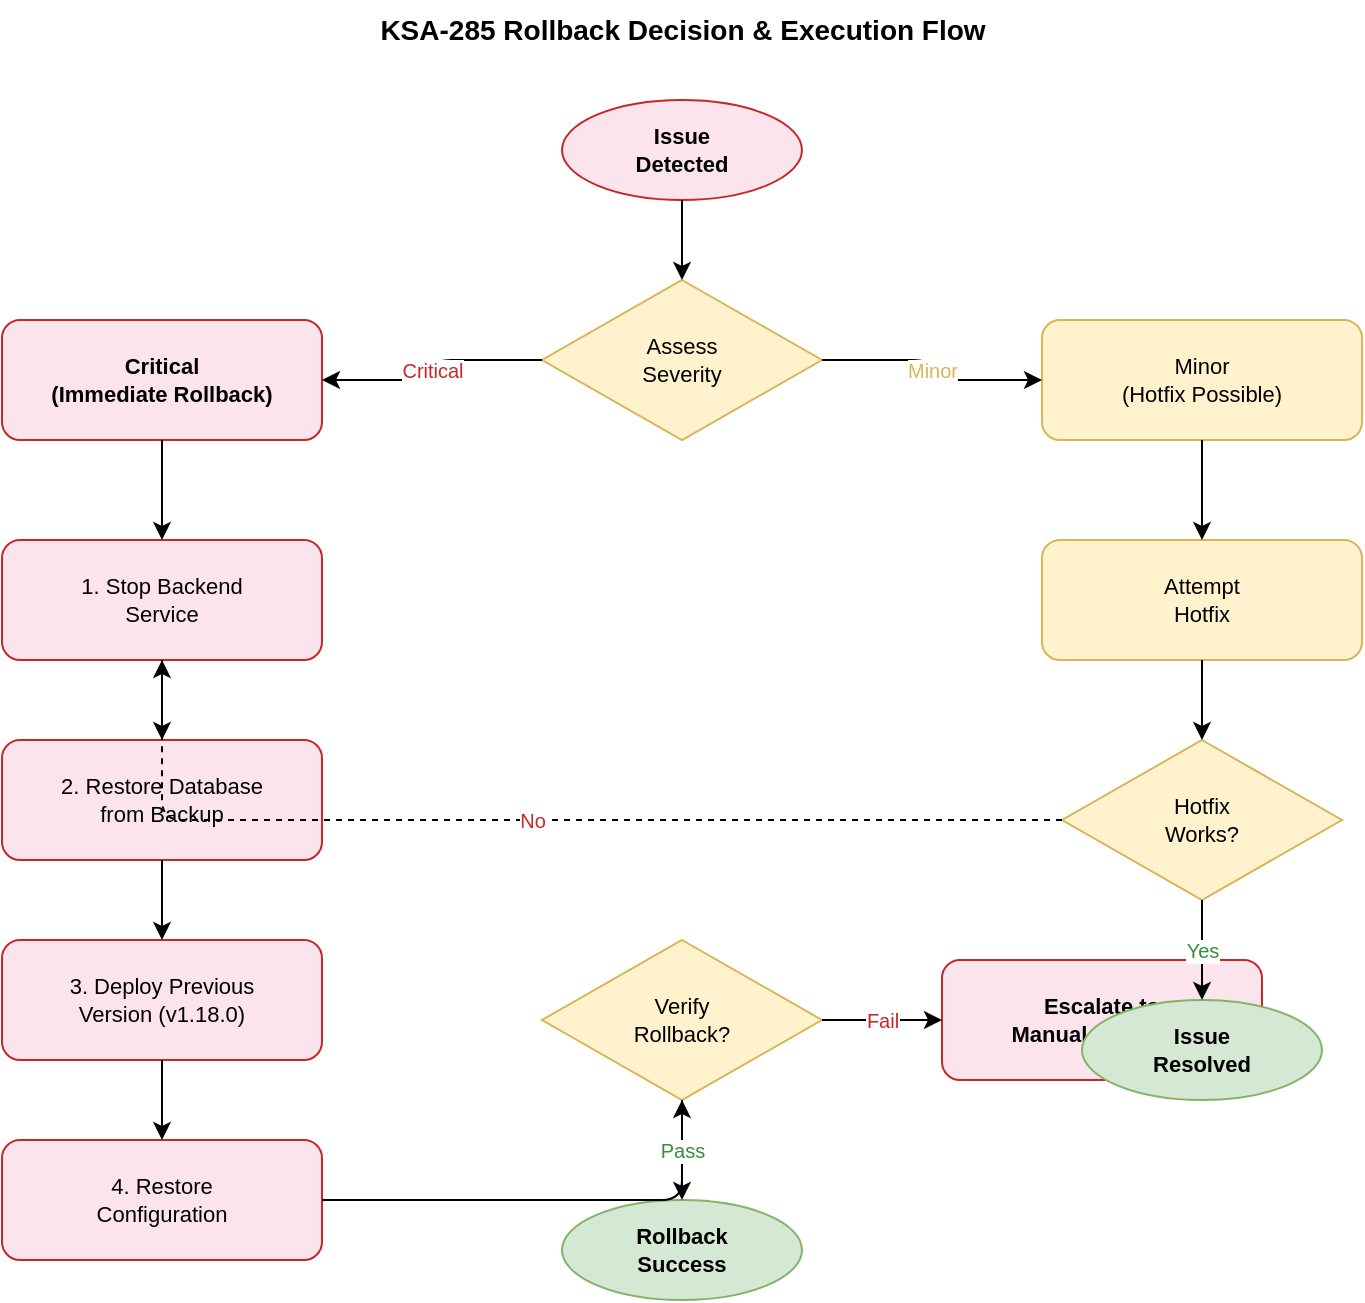
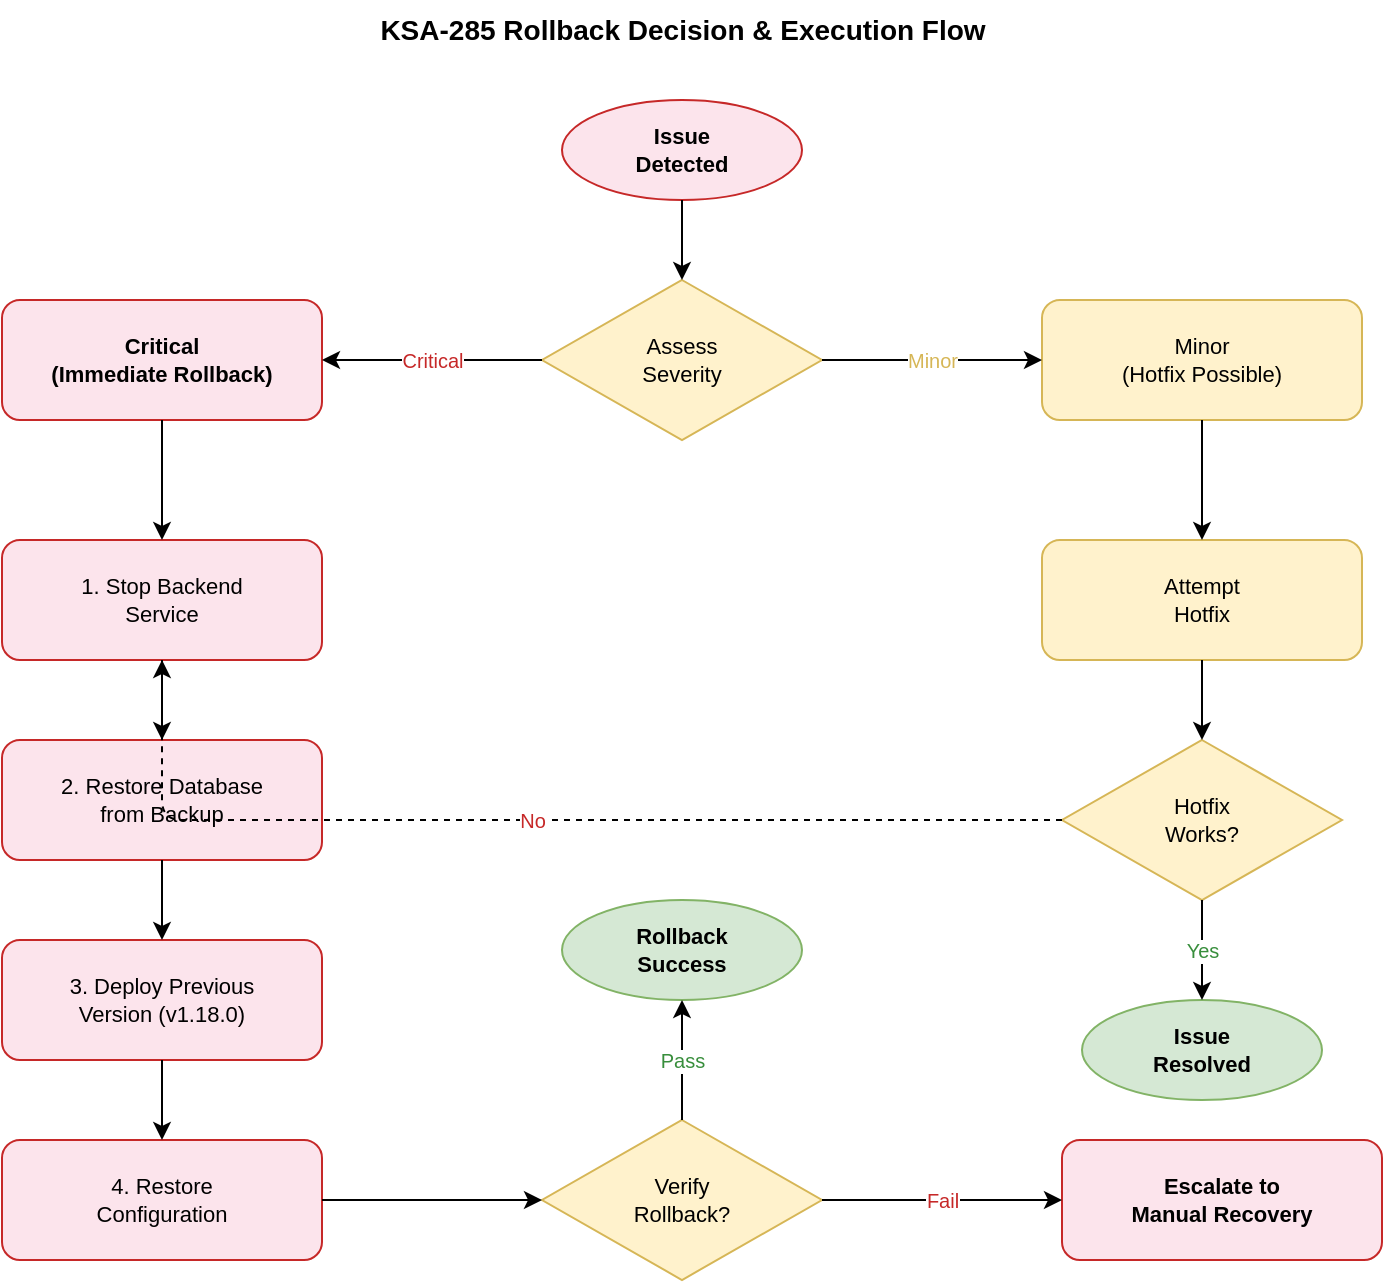
- <mxGraphModel adaptiveColors="auto">
-   <root>
-     <mxCell id="0"/>
-     <mxCell id="1" parent="0"/>
-     <mxCell id="title" value="&lt;b&gt;KSA-285 Rollback Decision &amp;amp; Execution Flow&lt;/b&gt;" style="text;html=1;align=center;verticalAlign=middle;resizable=0;points=[];autosize=1;strokeColor=none;fillColor=none;fontSize=14;" vertex="1" parent="1">
-       <mxGeometry x="180" y="10" width="440" height="30" as="geometry"/>
-     </mxCell>
-     <mxCell id="issue_detected" value="Issue&#10;Detected" style="ellipse;whiteSpace=wrap;html=1;fillColor=#fce4ec;strokeColor=#c62828;fontSize=11;fontStyle=1;" vertex="1" parent="1">
-       <mxGeometry x="340" y="60" width="120" height="50" as="geometry"/>
-     </mxCell>
-     <mxCell id="assess_severity" value="Assess&#10;Severity" style="rhombus;whiteSpace=wrap;html=1;fillColor=#fff2cc;strokeColor=#d6b656;fontSize=11;" vertex="1" parent="1">
-       <mxGeometry x="330" y="150" width="140" height="80" as="geometry"/>
-     </mxCell>
-     <mxCell id="critical_path" value="Critical&#10;(Immediate Rollback)" style="rounded=1;whiteSpace=wrap;html=1;fillColor=#fce4ec;strokeColor=#c62828;fontSize=11;fontStyle=1;" vertex="1" parent="1">
-       <mxGeometry x="60" y="170" width="160" height="60" as="geometry"/>
-     </mxCell>
-     <mxCell id="minor_path" value="Minor&#10;(Hotfix Possible)" style="rounded=1;whiteSpace=wrap;html=1;fillColor=#fff2cc;strokeColor=#d6b656;fontSize=11;" vertex="1" parent="1">
-       <mxGeometry x="580" y="170" width="160" height="60" as="geometry"/>
-     </mxCell>
-     <mxCell id="stop_service" value="1. Stop Backend&#10;Service" style="rounded=1;whiteSpace=wrap;html=1;fillColor=#fce4ec;strokeColor=#c62828;fontSize=11;" vertex="1" parent="1">
-       <mxGeometry x="60" y="280" width="160" height="60" as="geometry"/>
-     </mxCell>
-     <mxCell id="rollback_db" value="2. Restore Database&#10;from Backup" style="rounded=1;whiteSpace=wrap;html=1;fillColor=#fce4ec;strokeColor=#c62828;fontSize=11;" vertex="1" parent="1">
-       <mxGeometry x="60" y="380" width="160" height="60" as="geometry"/>
-     </mxCell>
-     <mxCell id="deploy_prev" value="3. Deploy Previous&#10;Version (v1.18.0)" style="rounded=1;whiteSpace=wrap;html=1;fillColor=#fce4ec;strokeColor=#c62828;fontSize=11;" vertex="1" parent="1">
-       <mxGeometry x="60" y="480" width="160" height="60" as="geometry"/>
-     </mxCell>
-     <mxCell id="restore_config" value="4. Restore&#10;Configuration" style="rounded=1;whiteSpace=wrap;html=1;fillColor=#fce4ec;strokeColor=#c62828;fontSize=11;" vertex="1" parent="1">
-       <mxGeometry x="60" y="580" width="160" height="60" as="geometry"/>
-     </mxCell>
-     <mxCell id="verify_rollback" value="Verify&#10;Rollback?" style="rhombus;whiteSpace=wrap;html=1;fillColor=#fff2cc;strokeColor=#d6b656;fontSize=11;" vertex="1" parent="1">
-       <mxGeometry x="330" y="480" width="140" height="80" as="geometry"/>
-     </mxCell>
-     <mxCell id="rollback_success" value="Rollback&#10;Success" style="ellipse;whiteSpace=wrap;html=1;fillColor=#d5e8d4;strokeColor=#82b366;fontSize=11;fontStyle=1;" vertex="1" parent="1">
-       <mxGeometry x="340" y="610" width="120" height="50" as="geometry"/>
-     </mxCell>
-     <mxCell id="rollback_fail" value="Escalate to&#10;Manual Recovery" style="rounded=1;whiteSpace=wrap;html=1;fillColor=#fce4ec;strokeColor=#c62828;fontSize=11;fontStyle=1;" vertex="1" parent="1">
-       <mxGeometry x="530" y="490" width="160" height="60" as="geometry"/>
-     </mxCell>
-     <mxCell id="attempt_hotfix" value="Attempt&#10;Hotfix" style="rounded=1;whiteSpace=wrap;html=1;fillColor=#fff2cc;strokeColor=#d6b656;fontSize=11;" vertex="1" parent="1">
-       <mxGeometry x="580" y="280" width="160" height="60" as="geometry"/>
-     </mxCell>
-     <mxCell id="hotfix_works" value="Hotfix&#10;Works?" style="rhombus;whiteSpace=wrap;html=1;fillColor=#fff2cc;strokeColor=#d6b656;fontSize=11;" vertex="1" parent="1">
-       <mxGeometry x="590" y="380" width="140" height="80" as="geometry"/>
-     </mxCell>
-     <mxCell id="hotfix_success" value="Issue&#10;Resolved" style="ellipse;whiteSpace=wrap;html=1;fillColor=#d5e8d4;strokeColor=#82b366;fontSize=11;fontStyle=1;" vertex="1" parent="1">
-       <mxGeometry x="600" y="510" width="120" height="50" as="geometry"/>
-     </mxCell>
-     <mxCell id="e1" edge="1" parent="1" source="issue_detected" target="assess_severity" style="edgeStyle=orthogonalEdgeStyle;rounded=1;html=1;endArrow=classic;endSize=6;">
-       <mxGeometry relative="1" as="geometry"/>
-     </mxCell>
-     <mxCell id="e2" value="Critical" edge="1" parent="1" source="assess_severity" target="critical_path" style="edgeStyle=orthogonalEdgeStyle;rounded=1;html=1;endArrow=classic;endSize=6;fontSize=10;fontColor=#c62828;">
-       <mxGeometry relative="1" as="geometry"/>
-     </mxCell>
-     <mxCell id="e3" value="Minor" edge="1" parent="1" source="assess_severity" target="minor_path" style="edgeStyle=orthogonalEdgeStyle;rounded=1;html=1;endArrow=classic;endSize=6;fontSize=10;fontColor=#d6b656;">
-       <mxGeometry relative="1" as="geometry"/>
-     </mxCell>
-     <mxCell id="e4" edge="1" parent="1" source="critical_path" target="stop_service" style="edgeStyle=orthogonalEdgeStyle;rounded=1;html=1;endArrow=classic;endSize=6;">
-       <mxGeometry relative="1" as="geometry"/>
-     </mxCell>
-     <mxCell id="e5" edge="1" parent="1" source="stop_service" target="rollback_db" style="edgeStyle=orthogonalEdgeStyle;rounded=1;html=1;endArrow=classic;endSize=6;">
-       <mxGeometry relative="1" as="geometry"/>
-     </mxCell>
-     <mxCell id="e6" edge="1" parent="1" source="rollback_db" target="deploy_prev" style="edgeStyle=orthogonalEdgeStyle;rounded=1;html=1;endArrow=classic;endSize=6;">
-       <mxGeometry relative="1" as="geometry"/>
-     </mxCell>
-     <mxCell id="e7" edge="1" parent="1" source="deploy_prev" target="restore_config" style="edgeStyle=orthogonalEdgeStyle;rounded=1;html=1;endArrow=classic;endSize=6;">
-       <mxGeometry relative="1" as="geometry"/>
-     </mxCell>
-     <mxCell id="e8" edge="1" parent="1" source="restore_config" target="verify_rollback" style="edgeStyle=orthogonalEdgeStyle;rounded=1;html=1;endArrow=classic;endSize=6;">
-       <mxGeometry relative="1" as="geometry"/>
-     </mxCell>
-     <mxCell id="e9" value="Pass" edge="1" parent="1" source="verify_rollback" target="rollback_success" style="edgeStyle=orthogonalEdgeStyle;rounded=1;html=1;endArrow=classic;endSize=6;fontSize=10;fontColor=#388e3c;">
-       <mxGeometry relative="1" as="geometry"/>
-     </mxCell>
-     <mxCell id="e10" value="Fail" edge="1" parent="1" source="verify_rollback" target="rollback_fail" style="edgeStyle=orthogonalEdgeStyle;rounded=1;html=1;endArrow=classic;endSize=6;fontSize=10;fontColor=#c62828;">
-       <mxGeometry relative="1" as="geometry"/>
-     </mxCell>
-     <mxCell id="e11" edge="1" parent="1" source="minor_path" target="attempt_hotfix" style="edgeStyle=orthogonalEdgeStyle;rounded=1;html=1;endArrow=classic;endSize=6;">
-       <mxGeometry relative="1" as="geometry"/>
-     </mxCell>
-     <mxCell id="e12" edge="1" parent="1" source="attempt_hotfix" target="hotfix_works" style="edgeStyle=orthogonalEdgeStyle;rounded=1;html=1;endArrow=classic;endSize=6;">
-       <mxGeometry relative="1" as="geometry"/>
-     </mxCell>
-     <mxCell id="e13" value="Yes" edge="1" parent="1" source="hotfix_works" target="hotfix_success" style="edgeStyle=orthogonalEdgeStyle;rounded=1;html=1;endArrow=classic;endSize=6;fontSize=10;fontColor=#388e3c;">
-       <mxGeometry relative="1" as="geometry"/>
-     </mxCell>
-     <mxCell id="e14" value="No" edge="1" parent="1" source="hotfix_works" target="stop_service" style="edgeStyle=orthogonalEdgeStyle;rounded=1;html=1;endArrow=classic;endSize=6;fontSize=10;fontColor=#c62828;dashed=1;">
-       <mxGeometry relative="1" as="geometry"/>
-     </mxCell>
-   </root>
- </mxGraphModel>
+ <mxfile host="65bd71144e">
+     <diagram id="mlAH7VvN1DY9i9sL83tM" name="Page-1">
+         <mxGraphModel dx="630" dy="885" grid="1" gridSize="10" guides="1" tooltips="1" connect="1" arrows="1" fold="1" page="1" pageScale="1" pageWidth="850" pageHeight="1100" math="0" shadow="0">
+             <root>
+                 <mxCell id="0"/>
+                 <mxCell id="1" parent="0"/>
+                 <mxCell id="title" value="&lt;b&gt;KSA-285 Rollback Decision &amp;amp; Execution Flow&lt;/b&gt;" style="text;html=1;align=center;verticalAlign=middle;resizable=0;points=[];autosize=1;strokeColor=none;fillColor=none;fontSize=14;" parent="1" vertex="1">
+                     <mxGeometry x="180" y="10" width="440" height="30" as="geometry"/>
+                 </mxCell>
+                 <mxCell id="issue_detected" value="Issue&#10;Detected" style="ellipse;whiteSpace=wrap;html=1;fillColor=#fce4ec;strokeColor=#c62828;fontSize=11;fontStyle=1;" parent="1" vertex="1">
+                     <mxGeometry x="340" y="60" width="120" height="50" as="geometry"/>
+                 </mxCell>
+                 <mxCell id="assess_severity" value="Assess&#10;Severity" style="rhombus;whiteSpace=wrap;html=1;fillColor=#fff2cc;strokeColor=#d6b656;fontSize=11;" parent="1" vertex="1">
+                     <mxGeometry x="330" y="150" width="140" height="80" as="geometry"/>
+                 </mxCell>
+                 <mxCell id="critical_path" value="Critical&#10;(Immediate Rollback)" style="rounded=1;whiteSpace=wrap;html=1;fillColor=#fce4ec;strokeColor=#c62828;fontSize=11;fontStyle=1;" parent="1" vertex="1">
+                     <mxGeometry x="60" y="160" width="160" height="60" as="geometry"/>
+                 </mxCell>
+                 <mxCell id="minor_path" value="Minor&#10;(Hotfix Possible)" style="rounded=1;whiteSpace=wrap;html=1;fillColor=#fff2cc;strokeColor=#d6b656;fontSize=11;" parent="1" vertex="1">
+                     <mxGeometry x="580" y="160" width="160" height="60" as="geometry"/>
+                 </mxCell>
+                 <mxCell id="stop_service" value="1. Stop Backend&#10;Service" style="rounded=1;whiteSpace=wrap;html=1;fillColor=#fce4ec;strokeColor=#c62828;fontSize=11;" parent="1" vertex="1">
+                     <mxGeometry x="60" y="280" width="160" height="60" as="geometry"/>
+                 </mxCell>
+                 <mxCell id="rollback_db" value="2. Restore Database&#10;from Backup" style="rounded=1;whiteSpace=wrap;html=1;fillColor=#fce4ec;strokeColor=#c62828;fontSize=11;" parent="1" vertex="1">
+                     <mxGeometry x="60" y="380" width="160" height="60" as="geometry"/>
+                 </mxCell>
+                 <mxCell id="deploy_prev" value="3. Deploy Previous&#10;Version (v1.18.0)" style="rounded=1;whiteSpace=wrap;html=1;fillColor=#fce4ec;strokeColor=#c62828;fontSize=11;" parent="1" vertex="1">
+                     <mxGeometry x="60" y="480" width="160" height="60" as="geometry"/>
+                 </mxCell>
+                 <mxCell id="restore_config" value="4. Restore&#10;Configuration" style="rounded=1;whiteSpace=wrap;html=1;fillColor=#fce4ec;strokeColor=#c62828;fontSize=11;" parent="1" vertex="1">
+                     <mxGeometry x="60" y="580" width="160" height="60" as="geometry"/>
+                 </mxCell>
+                 <mxCell id="verify_rollback" value="Verify&#10;Rollback?" style="rhombus;whiteSpace=wrap;html=1;fillColor=#fff2cc;strokeColor=#d6b656;fontSize=11;" parent="1" vertex="1">
+                     <mxGeometry x="330" y="570" width="140" height="80" as="geometry"/>
+                 </mxCell>
+                 <mxCell id="rollback_success" value="Rollback&#10;Success" style="ellipse;whiteSpace=wrap;html=1;fillColor=#d5e8d4;strokeColor=#82b366;fontSize=11;fontStyle=1;" parent="1" vertex="1">
+                     <mxGeometry x="340" y="460" width="120" height="50" as="geometry"/>
+                 </mxCell>
+                 <mxCell id="rollback_fail" value="Escalate to&#10;Manual Recovery" style="rounded=1;whiteSpace=wrap;html=1;fillColor=#fce4ec;strokeColor=#c62828;fontSize=11;fontStyle=1;" parent="1" vertex="1">
+                     <mxGeometry x="590" y="580" width="160" height="60" as="geometry"/>
+                 </mxCell>
+                 <mxCell id="attempt_hotfix" value="Attempt&#10;Hotfix" style="rounded=1;whiteSpace=wrap;html=1;fillColor=#fff2cc;strokeColor=#d6b656;fontSize=11;" parent="1" vertex="1">
+                     <mxGeometry x="580" y="280" width="160" height="60" as="geometry"/>
+                 </mxCell>
+                 <mxCell id="hotfix_works" value="Hotfix&#10;Works?" style="rhombus;whiteSpace=wrap;html=1;fillColor=#fff2cc;strokeColor=#d6b656;fontSize=11;" parent="1" vertex="1">
+                     <mxGeometry x="590" y="380" width="140" height="80" as="geometry"/>
+                 </mxCell>
+                 <mxCell id="hotfix_success" value="Issue&#10;Resolved" style="ellipse;whiteSpace=wrap;html=1;fillColor=#d5e8d4;strokeColor=#82b366;fontSize=11;fontStyle=1;" parent="1" vertex="1">
+                     <mxGeometry x="600" y="510" width="120" height="50" as="geometry"/>
+                 </mxCell>
+                 <mxCell id="e1" style="edgeStyle=orthogonalEdgeStyle;rounded=1;html=1;endArrow=classic;endSize=6;" parent="1" source="issue_detected" target="assess_severity" edge="1">
+                     <mxGeometry relative="1" as="geometry"/>
+                 </mxCell>
+                 <mxCell id="e2" value="Critical" style="edgeStyle=orthogonalEdgeStyle;rounded=1;html=1;endArrow=classic;endSize=6;fontSize=10;fontColor=#c62828;" parent="1" source="assess_severity" target="critical_path" edge="1">
+                     <mxGeometry relative="1" as="geometry"/>
+                 </mxCell>
+                 <mxCell id="e3" value="Minor" style="edgeStyle=orthogonalEdgeStyle;rounded=1;html=1;endArrow=classic;endSize=6;fontSize=10;fontColor=#d6b656;" parent="1" source="assess_severity" target="minor_path" edge="1">
+                     <mxGeometry relative="1" as="geometry"/>
+                 </mxCell>
+                 <mxCell id="e4" style="edgeStyle=orthogonalEdgeStyle;rounded=1;html=1;endArrow=classic;endSize=6;" parent="1" source="critical_path" target="stop_service" edge="1">
+                     <mxGeometry relative="1" as="geometry"/>
+                 </mxCell>
+                 <mxCell id="e5" style="edgeStyle=orthogonalEdgeStyle;rounded=1;html=1;endArrow=classic;endSize=6;" parent="1" source="stop_service" target="rollback_db" edge="1">
+                     <mxGeometry relative="1" as="geometry"/>
+                 </mxCell>
+                 <mxCell id="e6" style="edgeStyle=orthogonalEdgeStyle;rounded=1;html=1;endArrow=classic;endSize=6;" parent="1" source="rollback_db" target="deploy_prev" edge="1">
+                     <mxGeometry relative="1" as="geometry"/>
+                 </mxCell>
+                 <mxCell id="e7" style="edgeStyle=orthogonalEdgeStyle;rounded=1;html=1;endArrow=classic;endSize=6;" parent="1" source="deploy_prev" target="restore_config" edge="1">
+                     <mxGeometry relative="1" as="geometry"/>
+                 </mxCell>
+                 <mxCell id="e8" style="edgeStyle=orthogonalEdgeStyle;rounded=1;html=1;endArrow=classic;endSize=6;" parent="1" source="restore_config" target="verify_rollback" edge="1">
+                     <mxGeometry relative="1" as="geometry">
+                         <Array as="points">
+                             <mxPoint x="280" y="610"/>
+                             <mxPoint x="280" y="610"/>
+                         </Array>
+                     </mxGeometry>
+                 </mxCell>
+                 <mxCell id="e9" value="Pass" style="edgeStyle=orthogonalEdgeStyle;rounded=1;html=1;endArrow=classic;endSize=6;fontSize=10;fontColor=#388e3c;" parent="1" source="verify_rollback" target="rollback_success" edge="1">
+                     <mxGeometry relative="1" as="geometry"/>
+                 </mxCell>
+                 <mxCell id="e10" value="Fail" style="edgeStyle=orthogonalEdgeStyle;rounded=1;html=1;endArrow=classic;endSize=6;fontSize=10;fontColor=#c62828;" parent="1" source="verify_rollback" target="rollback_fail" edge="1">
+                     <mxGeometry relative="1" as="geometry">
+                         <Array as="points">
+                             <mxPoint x="570" y="610"/>
+                             <mxPoint x="570" y="610"/>
+                         </Array>
+                     </mxGeometry>
+                 </mxCell>
+                 <mxCell id="e11" style="edgeStyle=orthogonalEdgeStyle;rounded=1;html=1;endArrow=classic;endSize=6;" parent="1" source="minor_path" target="attempt_hotfix" edge="1">
+                     <mxGeometry relative="1" as="geometry"/>
+                 </mxCell>
+                 <mxCell id="e12" style="edgeStyle=orthogonalEdgeStyle;rounded=1;html=1;endArrow=classic;endSize=6;" parent="1" source="attempt_hotfix" target="hotfix_works" edge="1">
+                     <mxGeometry relative="1" as="geometry"/>
+                 </mxCell>
+                 <mxCell id="e13" value="Yes" style="edgeStyle=orthogonalEdgeStyle;rounded=1;html=1;endArrow=classic;endSize=6;fontSize=10;fontColor=#388e3c;" parent="1" source="hotfix_works" target="hotfix_success" edge="1">
+                     <mxGeometry relative="1" as="geometry"/>
+                 </mxCell>
+                 <mxCell id="e14" value="No" style="edgeStyle=orthogonalEdgeStyle;rounded=1;html=1;endArrow=classic;endSize=6;fontSize=10;fontColor=#c62828;dashed=1;" parent="1" source="hotfix_works" target="stop_service" edge="1">
+                     <mxGeometry relative="1" as="geometry"/>
+                 </mxCell>
+             </root>
+         </mxGraphModel>
+     </diagram>
+ </mxfile>